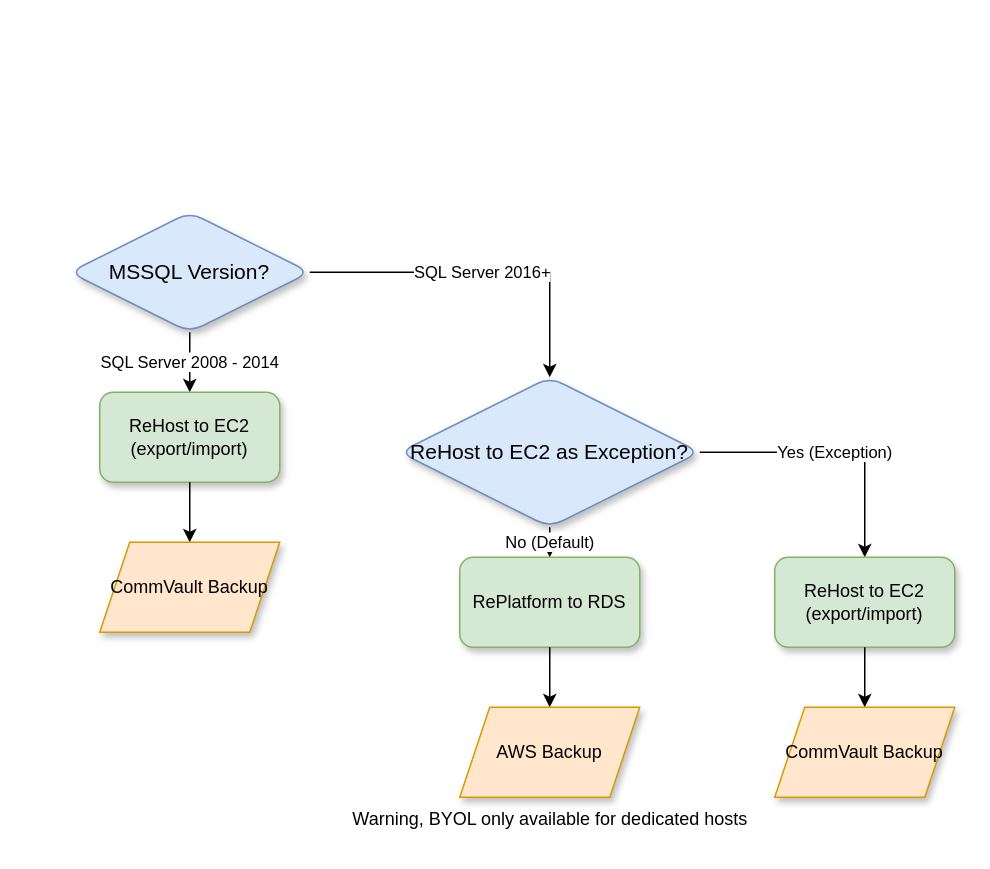
The draw.io diagram MSSQL-DecisionTree.drawio in anthonygea/mycv, before the edit. Source tidied: cells renumbered, new cells numbered last; positions are measured from the earlier drawing's top-left corner, leaving out a move shared by most shapes. Both pictures are drawn from the tidied source at 150%, with x=0, y=0 at pixel (69, 212).
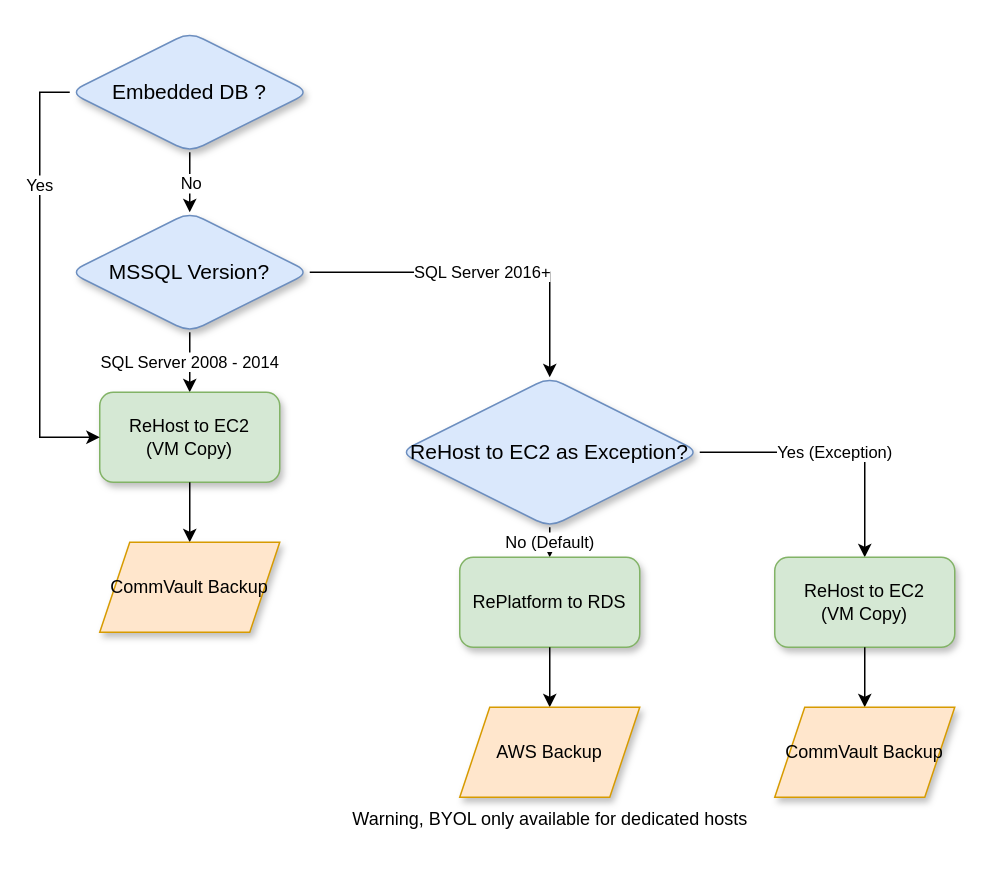
The same page after the edit.

Commit message:
Mettre à jour MSSQL-DecisionTree.drawio

Unchanged cells that the change refers to:
```xml
<mxCell id="2" value="MSSQL Version?" style="rhombus;whiteSpace=wrap;html=1;rounded=1;shadow=1;fontFamily=Helvetica;fontSize=14;fillColor=#dae8fc;strokeColor=#6c8ebf;" parent="1" vertex="1">
  <mxGeometry width="160" height="80" as="geometry" />
</mxCell>
```

What changed in the source:
```diff
@@
-    <mxCell id="4" value="ReHost to EC2&lt;div&gt;(export/import)&lt;/div&gt;" style="rounded=1;whiteSpace=wrap;html=1;shadow=1;fontFamily=Helvetica;fontSize=12;fillColor=#d5e8d4;strokeColor=#82b366;" parent="1" vertex="1">
+    <mxCell id="4" value="ReHost to EC2&lt;div&gt;(VM Copy)&lt;/div&gt;" style="rounded=1;whiteSpace=wrap;html=1;shadow=1;fontFamily=Helvetica;fontSize=12;fillColor=#d5e8d4;strokeColor=#82b366;" parent="1" vertex="1">
       <mxGeometry x="20" y="120" width="120" height="60" as="geometry" />
     </mxCell>
@@
-    <mxCell id="10" value="ReHost to EC2&lt;div&gt;(export/import)&lt;br&gt;&lt;/div&gt;" style="rounded=1;whiteSpace=wrap;html=1;shadow=1;fontFamily=Helvetica;fontSize=12;fillColor=#d5e8d4;strokeColor=#82b366;" parent="1" vertex="1">
+    <mxCell id="10" value="ReHost to EC2&lt;div&gt;(VM Copy)&lt;br&gt;&lt;/div&gt;" style="rounded=1;whiteSpace=wrap;html=1;shadow=1;fontFamily=Helvetica;fontSize=12;fillColor=#d5e8d4;strokeColor=#82b366;" parent="1" vertex="1">
       <mxGeometry x="470" y="230" width="120" height="60" as="geometry" />
     </mxCell>
@@
+    <mxCell id="18" style="edgeStyle=orthogonalEdgeStyle;rounded=0;jettySize=auto;html=1;" parent="1" edge="1" source="22" target="2">
+      <mxGeometry relative="1" as="geometry" />
+    </mxCell>
+    <mxCell id="19" value="No" style="edgeLabel;html=1;align=center;verticalAlign=middle;" parent="18" vertex="1">
+      <mxGeometry x="0.32" y="3" relative="1" as="geometry">
+        <mxPoint x="-3" y="-6" as="offset" />
+      </mxGeometry>
+    </mxCell>
+    <mxCell id="20" style="edgeStyle=orthogonalEdgeStyle;rounded=0;jettySize=auto;html=1;exitX=0;exitY=0.5;exitDx=0;exitDy=0;entryX=0;entryY=0.5;entryDx=0;entryDy=0;" parent="1" edge="1" source="22" target="4">
+      <mxGeometry relative="1" as="geometry" />
+    </mxCell>
+    <mxCell id="21" value="Yes" style="edgeLabel;html=1;align=center;verticalAlign=middle;" parent="20" vertex="1">
+      <mxGeometry x="-0.44" y="-1" relative="1" as="geometry" />
+    </mxCell>
+    <mxCell id="22" value="Embedded DB ?" style="rhombus;whiteSpace=wrap;html=1;fontSize=14;fillColor=#dae8fc;strokeColor=#6c8ebf;rounded=1;shadow=1;" parent="1" vertex="1">
+      <mxGeometry y="-120" width="160" height="80" as="geometry" />
+    </mxCell>
```
